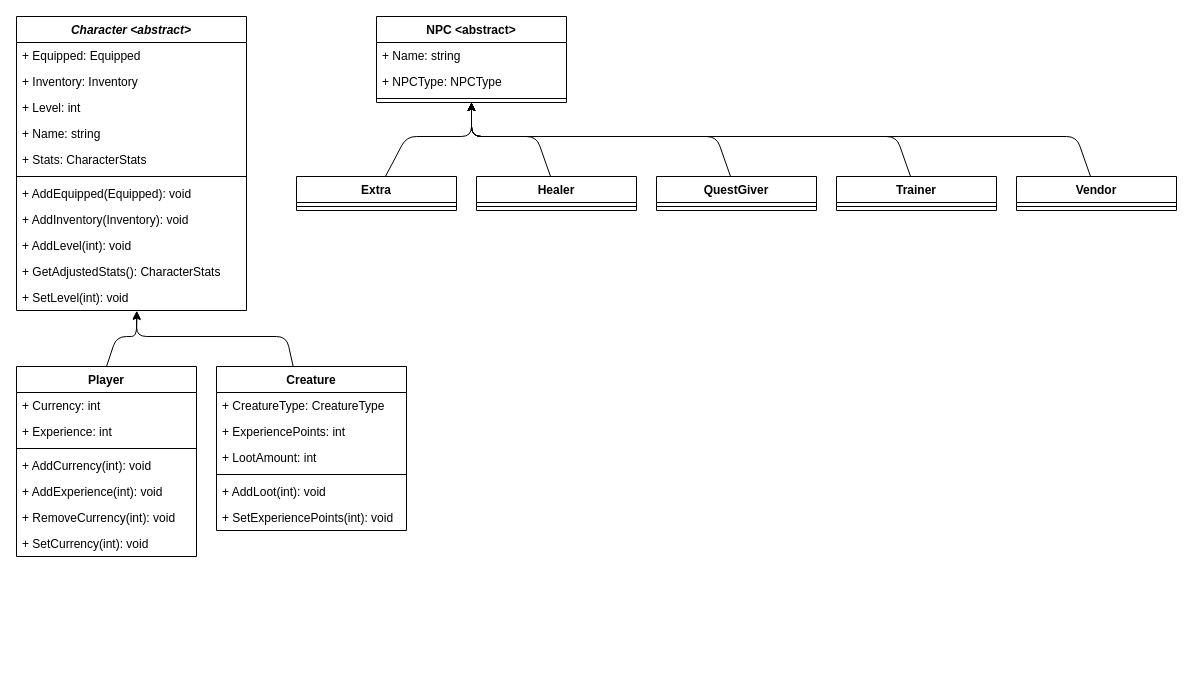
Above: docs/design/domain_models/characters.drawio in scottfalbo/GameEngine (draw.io), before the change. Source tidied: cells renumbered, new cells numbered last; positions are measured from the earlier drawing's top-left corner, leaving out a move shared by most shapes. Both pictures are drawn from the tidied source at 100%, with x=0, y=0 at pixel (16, 16).
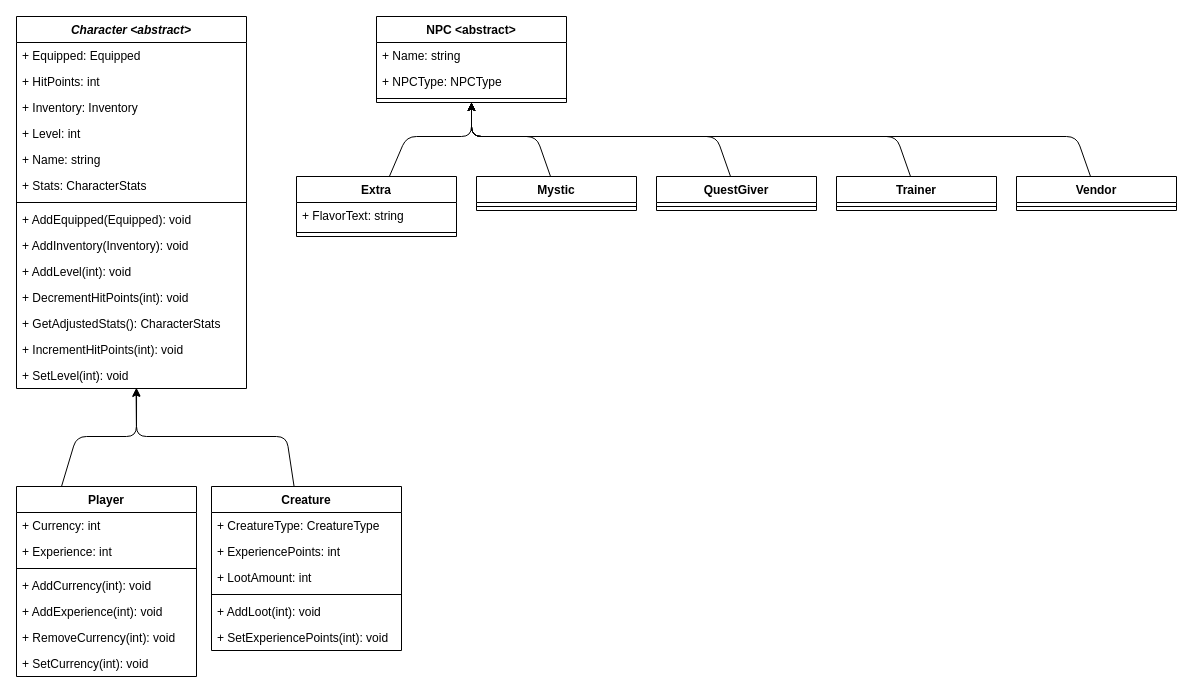
The same page after the edit.

Diff of the diagram source:
```diff
@@
     <mxCell id="2" value="Character &lt;abstract&gt;" style="swimlane;fontStyle=3;align=center;verticalAlign=top;horizontal=1;startSize=26;" parent="1" vertex="1">
-      <mxGeometry width="230" height="294" as="geometry" />
+      <mxGeometry width="230" height="372" as="geometry" />
     </mxCell>
@@
+    <mxCell id="50" value="+ HitPoints: int" style="text;strokeColor=none;fillColor=none;align=left;verticalAlign=top;spacingLeft=4;spacingRight=4;overflow=hidden;" parent="2" vertex="1">
+      <mxGeometry y="52" width="230" height="26" as="geometry" />
+    </mxCell>
     <mxCell id="4" value="+ Inventory: Inventory" style="text;strokeColor=none;fillColor=none;align=left;verticalAlign=top;spacingLeft=4;spacingRight=4;overflow=hidden;" parent="2" vertex="1">
-      <mxGeometry y="52" width="230" height="26" as="geometry" />
+      <mxGeometry y="78" width="230" height="26" as="geometry" />
     </mxCell>
     <mxCell id="5" value="+ Level: int" style="text;strokeColor=none;fillColor=none;align=left;verticalAlign=top;spacingLeft=4;spacingRight=4;overflow=hidden;" parent="2" vertex="1">
-      <mxGeometry y="78" width="230" height="26" as="geometry" />
+      <mxGeometry y="104" width="230" height="26" as="geometry" />
     </mxCell>
     <mxCell id="6" value="+ Name: string" style="text;strokeColor=none;fillColor=none;align=left;verticalAlign=top;spacingLeft=4;spacingRight=4;overflow=hidden;" parent="2" vertex="1">
-      <mxGeometry y="104" width="230" height="26" as="geometry" />
+      <mxGeometry y="130" width="230" height="26" as="geometry" />
     </mxCell>
     <mxCell id="7" value="+ Stats: CharacterStats" style="text;strokeColor=none;fillColor=none;align=left;verticalAlign=top;spacingLeft=4;spacingRight=4;overflow=hidden;" parent="2" vertex="1">
-      <mxGeometry y="130" width="230" height="26" as="geometry" />
+      <mxGeometry y="156" width="230" height="26" as="geometry" />
     </mxCell>
     <mxCell id="8" style="line;strokeWidth=1;fillColor=none;align=left;verticalAlign=middle;spacingTop=-1;spacingLeft=3;spacingRight=3;labelPosition=right;strokeColor=inherit;" parent="2" vertex="1">
-      <mxGeometry y="156" width="230" height="8" as="geometry" />
+      <mxGeometry y="182" width="230" height="8" as="geometry" />
     </mxCell>
     <mxCell id="9" value="+ AddEquipped(Equipped): void" style="text;strokeColor=none;fillColor=none;align=left;verticalAlign=top;spacingLeft=4;spacingRight=4;overflow=hidden;" parent="2" vertex="1">
-      <mxGeometry y="164" width="230" height="26" as="geometry" />
+      <mxGeometry y="190" width="230" height="26" as="geometry" />
     </mxCell>
     <mxCell id="10" value="+ AddInventory(Inventory): void" style="text;strokeColor=none;fillColor=none;align=left;verticalAlign=top;spacingLeft=4;spacingRight=4;overflow=hidden;" parent="2" vertex="1">
-      <mxGeometry y="190" width="230" height="26" as="geometry" />
+      <mxGeometry y="216" width="230" height="26" as="geometry" />
     </mxCell>
     <mxCell id="11" value="+ AddLevel(int): void" style="text;strokeColor=none;fillColor=none;align=left;verticalAlign=top;spacingLeft=4;spacingRight=4;overflow=hidden;" parent="2" vertex="1">
-      <mxGeometry y="216" width="230" height="26" as="geometry" />
+      <mxGeometry y="242" width="230" height="26" as="geometry" />
     </mxCell>
+    <mxCell id="51" value="+ DecrementHitPoints(int): void" style="text;strokeColor=none;fillColor=none;align=left;verticalAlign=top;spacingLeft=4;spacingRight=4;overflow=hidden;" parent="2" vertex="1">
+      <mxGeometry y="268" width="230" height="26" as="geometry" />
+    </mxCell>
     <mxCell id="12" value="+ GetAdjustedStats(): CharacterStats" style="text;strokeColor=none;fillColor=none;align=left;verticalAlign=top;spacingLeft=4;spacingRight=4;overflow=hidden;" parent="2" vertex="1">
-      <mxGeometry y="242" width="230" height="26" as="geometry" />
+      <mxGeometry y="294" width="230" height="26" as="geometry" />
     </mxCell>
+    <mxCell id="52" value="+ IncrementHitPoints(int): void" style="text;strokeColor=none;fillColor=none;align=left;verticalAlign=top;spacingLeft=4;spacingRight=4;overflow=hidden;" parent="2" vertex="1">
+      <mxGeometry y="320" width="230" height="26" as="geometry" />
+    </mxCell>
     <mxCell id="13" value="+ SetLevel(int): void" style="text;strokeColor=none;fillColor=none;align=left;verticalAlign=top;spacingLeft=4;spacingRight=4;overflow=hidden;points=[[0,0.5],[1,0.5]];portConstraint=eastwest;" parent="2" vertex="1">
-      <mxGeometry y="268" width="230" height="26" as="geometry" />
+      <mxGeometry y="346" width="230" height="26" as="geometry" />
     </mxCell>
-    <mxCell id="14" style="edgeStyle=none;html=1;entryX=0.523;entryY=1.008;entryDx=0;entryDy=0;entryPerimeter=0;exitX=0.5;exitY=0;exitDx=0;exitDy=0;" parent="1" edge="1" source="15" target="13">
+    <mxCell id="14" style="edgeStyle=none;html=1;entryX=0.52;entryY=0.997;entryDx=0;entryDy=0;entryPerimeter=0;exitX=0.25;exitY=0;exitDx=0;exitDy=0;" parent="1" edge="1" source="15" target="13">
       <mxGeometry relative="1" as="geometry">
         <Array as="points">
-          <mxPoint x="100" y="320" />
-          <mxPoint x="120" y="320" />
+          <mxPoint x="60" y="420" />
+          <mxPoint x="120" y="420" />
         </Array>
       </mxGeometry>
     </mxCell>
     <mxCell id="15" value="Player" style="swimlane;fontStyle=1;align=center;verticalAlign=top;horizontal=1;startSize=26;" parent="1" vertex="1">
-      <mxGeometry y="350" width="180" height="190" as="geometry" />
+      <mxGeometry y="470" width="180" height="190" as="geometry" />
     </mxCell>
@@
-    <mxCell id="23" style="edgeStyle=none;html=1;entryX=0.523;entryY=1.038;entryDx=0;entryDy=0;entryPerimeter=0;" parent="1" edge="1" source="24" target="13">
+    <mxCell id="23" style="edgeStyle=none;html=1;entryX=0.522;entryY=0.978;entryDx=0;entryDy=0;entryPerimeter=0;" parent="1" edge="1" source="24" target="13">
       <mxGeometry relative="1" as="geometry">
         <Array as="points">
-          <mxPoint x="270" y="320" />
-          <mxPoint x="120" y="320" />
+          <mxPoint x="270" y="420" />
+          <mxPoint x="120" y="420" />
         </Array>
       </mxGeometry>
     </mxCell>
     <mxCell id="24" value="Creature" style="swimlane;fontStyle=1;align=center;verticalAlign=top;horizontal=1;startSize=26;" parent="1" vertex="1">
-      <mxGeometry x="200" y="350" width="190" height="164" as="geometry" />
+      <mxGeometry x="195" y="470" width="190" height="164" as="geometry" />
     </mxCell>
@@
     <mxCell id="36" value="Extra" style="swimlane;fontStyle=1;align=center;verticalAlign=top;horizontal=1;startSize=26;" parent="1" vertex="1">
-      <mxGeometry x="280" y="160" width="160" height="34" as="geometry" />
+      <mxGeometry x="280" y="160" width="160" height="60" as="geometry" />
     </mxCell>
+    <mxCell id="53" value="+ FlavorText: string" style="text;strokeColor=none;fillColor=none;align=left;verticalAlign=top;spacingLeft=4;spacingRight=4;overflow=hidden;" parent="36" vertex="1">
+      <mxGeometry y="26" width="160" height="26" as="geometry" />
+    </mxCell>
     <mxCell id="37" style="line;strokeWidth=1;fillColor=none;align=left;verticalAlign=middle;spacingTop=-1;spacingLeft=3;spacingRight=3;labelPosition=right;strokeColor=inherit;" parent="36" vertex="1">
-      <mxGeometry y="26" width="160" height="8" as="geometry" />
+      <mxGeometry y="52" width="160" height="8" as="geometry" />
     </mxCell>
@@
-    <mxCell id="39" value="Healer" style="swimlane;fontStyle=1;align=center;verticalAlign=top;horizontal=1;startSize=26;" parent="1" vertex="1">
+    <mxCell id="39" value="Mystic" style="swimlane;fontStyle=1;align=center;verticalAlign=top;horizontal=1;startSize=26;" parent="1" vertex="1">
       <mxGeometry x="460" y="160" width="160" height="34" as="geometry" />
     </mxCell>
```
